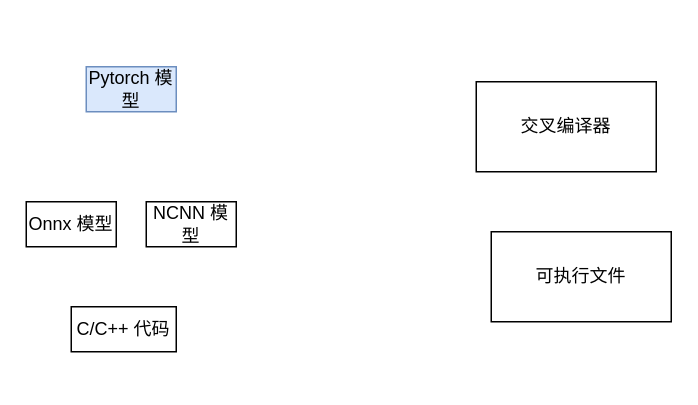
foreignbill/drawio keeps this draw.io diagram as dl_compiler.drawio. Above is the earlier version. Source tidied: cells renumbered, new cells numbered last; positions are measured from the earlier drawing's top-left corner, leaving out a move shared by most shapes. Both pictures are drawn from the tidied source at 150%, with x=0, y=0 at pixel (26, 66).
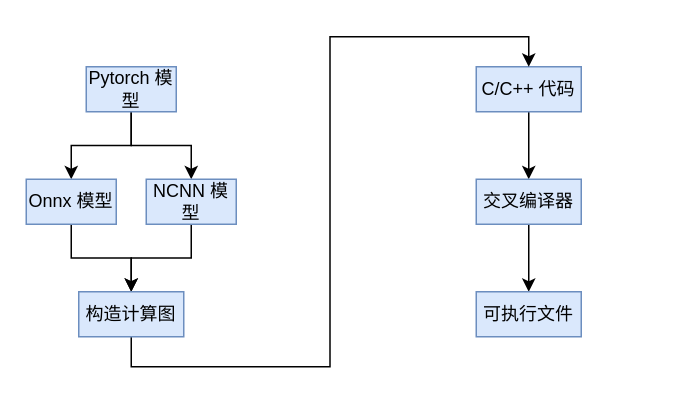
Above is the later version.

Change to the diagram source:
```diff
@@
 <mxGraphModel>
   <root>
     <mxCell id="0" />
     <mxCell id="1" parent="0" />
+    <mxCell id="8" style="edgeStyle=orthogonalEdgeStyle;rounded=0;jettySize=auto;html=1;exitX=0.5;exitY=1;exitDx=0;exitDy=0;entryX=0.5;entryY=0;entryDx=0;entryDy=0;" parent="1" edge="1" source="2" target="3">
+      <mxGeometry relative="1" as="geometry" />
+    </mxCell>
+    <mxCell id="9" style="edgeStyle=orthogonalEdgeStyle;rounded=0;jettySize=auto;html=1;exitX=0.5;exitY=1;exitDx=0;exitDy=0;entryX=0.5;entryY=0;entryDx=0;entryDy=0;" parent="1" edge="1" source="2" target="4">
+      <mxGeometry relative="1" as="geometry" />
+    </mxCell>
     <mxCell id="2" value="Pytorch 模型" style="rounded=0;whiteSpace=wrap;html=1;fillColor=#dae8fc;strokeColor=#6c8ebf;" parent="1" vertex="1">
       <mxGeometry x="40" width="60" height="30" as="geometry" />
     </mxCell>
+    <mxCell id="10" style="edgeStyle=orthogonalEdgeStyle;rounded=0;jettySize=auto;html=1;exitX=0.5;exitY=1;exitDx=0;exitDy=0;" parent="1" edge="1" source="3" target="15">
+      <mxGeometry relative="1" as="geometry" />
+    </mxCell>
-    <mxCell id="3" value="Onnx 模型" style="rounded=0;whiteSpace=wrap;html=1;" parent="1" vertex="1">
-      <mxGeometry y="90" width="60" height="30" as="geometry" />
+    <mxCell id="3" value="Onnx 模型" style="rounded=0;whiteSpace=wrap;html=1;fillColor=#dae8fc;strokeColor=#6c8ebf;" parent="1" vertex="1">
+      <mxGeometry y="75" width="60" height="30" as="geometry" />
     </mxCell>
+    <mxCell id="11" style="edgeStyle=orthogonalEdgeStyle;rounded=0;jettySize=auto;html=1;exitX=0.5;exitY=1;exitDx=0;exitDy=0;" parent="1" edge="1" source="4" target="15">
+      <mxGeometry relative="1" as="geometry" />
+    </mxCell>
-    <mxCell id="4" value="NCNN 模型" style="rounded=0;whiteSpace=wrap;html=1;" parent="1" vertex="1">
-      <mxGeometry x="80" y="90" width="60" height="30" as="geometry" />
+    <mxCell id="4" value="NCNN 模型" style="rounded=0;whiteSpace=wrap;html=1;fillColor=#dae8fc;strokeColor=#6c8ebf;" parent="1" vertex="1">
+      <mxGeometry x="80" y="75" width="60" height="30" as="geometry" />
     </mxCell>
+    <mxCell id="12" style="edgeStyle=orthogonalEdgeStyle;rounded=0;jettySize=auto;html=1;" parent="1" edge="1" source="5" target="6">
+      <mxGeometry relative="1" as="geometry" />
+    </mxCell>
-    <mxCell id="5" value="C/C++ 代码" style="rounded=0;whiteSpace=wrap;html=1;" parent="1" vertex="1">
-      <mxGeometry x="30" y="160" width="70" height="30" as="geometry" />
+    <mxCell id="5" value="C/C++ 代码" style="rounded=0;whiteSpace=wrap;html=1;fillColor=#dae8fc;strokeColor=#6c8ebf;" parent="1" vertex="1">
+      <mxGeometry x="300" width="70" height="30" as="geometry" />
     </mxCell>
+    <mxCell id="13" style="edgeStyle=orthogonalEdgeStyle;rounded=0;jettySize=auto;html=1;exitX=0.5;exitY=1;exitDx=0;exitDy=0;entryX=0.5;entryY=0;entryDx=0;entryDy=0;" parent="1" edge="1" source="6" target="7">
+      <mxGeometry relative="1" as="geometry" />
+    </mxCell>
-    <mxCell id="6" value="交叉编译器" style="rounded=0;whiteSpace=wrap;html=1;" parent="1" vertex="1">
-      <mxGeometry x="300" y="10" width="120" height="60" as="geometry" />
+    <mxCell id="6" value="交叉编译器" style="rounded=0;whiteSpace=wrap;html=1;fillColor=#dae8fc;strokeColor=#6c8ebf;" parent="1" vertex="1">
+      <mxGeometry x="300" y="75" width="70" height="30" as="geometry" />
     </mxCell>
-    <mxCell id="7" value="可执行文件" style="rounded=0;whiteSpace=wrap;html=1;" parent="1" vertex="1">
-      <mxGeometry x="310" y="110" width="120" height="60" as="geometry" />
+    <mxCell id="7" value="可执行文件" style="rounded=0;whiteSpace=wrap;html=1;fillColor=#dae8fc;strokeColor=#6c8ebf;" parent="1" vertex="1">
+      <mxGeometry x="300" y="150" width="70" height="30" as="geometry" />
     </mxCell>
+    <mxCell id="14" style="edgeStyle=orthogonalEdgeStyle;rounded=0;jettySize=auto;html=1;exitX=0.5;exitY=1;exitDx=0;exitDy=0;entryX=0.5;entryY=0;entryDx=0;entryDy=0;" parent="1" edge="1" source="15" target="5">
+      <mxGeometry relative="1" as="geometry" />
+    </mxCell>
+    <mxCell id="15" value="构造计算图" style="rounded=0;whiteSpace=wrap;html=1;fillColor=#dae8fc;strokeColor=#6c8ebf;" parent="1" vertex="1">
+      <mxGeometry x="35" y="150" width="70" height="30" as="geometry" />
+    </mxCell>
   </root>
 </mxGraphModel>
```
